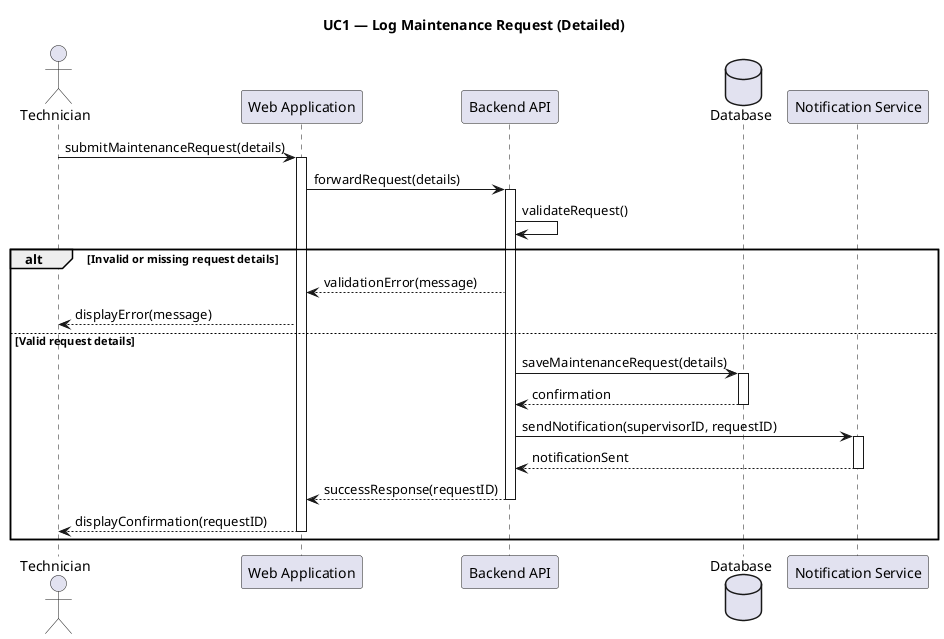
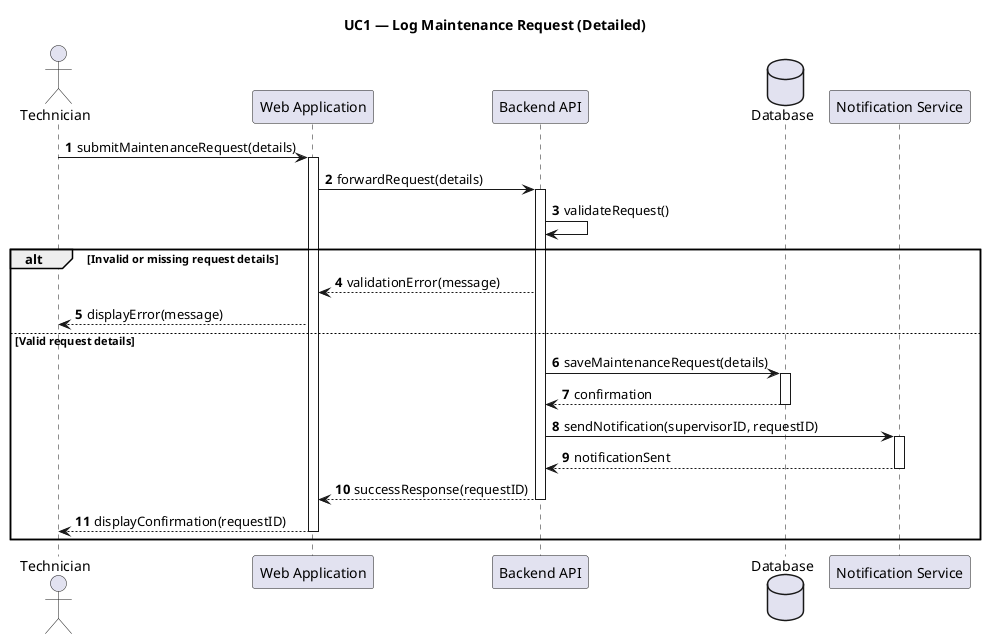
@startuml UC1_Detailed_Flow
title UC1 — Log Maintenance Request (Detailed)

+ autonumber
actor Technician
participant "Web Application" as Web
participant "Backend API" as API
database "Database" as DB
participant "Notification Service" as Notif

Technician -> Web : submitMaintenanceRequest(details)
activate Web
Web -> API : forwardRequest(details)
activate API

API -> API : validateRequest()

alt Invalid or missing request details
    API --> Web : validationError(message)
    Web --> Technician : displayError(message)
else Valid request details
    API -> DB : saveMaintenanceRequest(details)
    activate DB
    DB --> API : confirmation
    deactivate DB

    API -> Notif : sendNotification(supervisorID, requestID)
    activate Notif
    Notif --> API : notificationSent
    deactivate Notif

    API --> Web : successResponse(requestID)
    deactivate API
    Web --> Technician : displayConfirmation(requestID)
    deactivate Web
end
@enduml